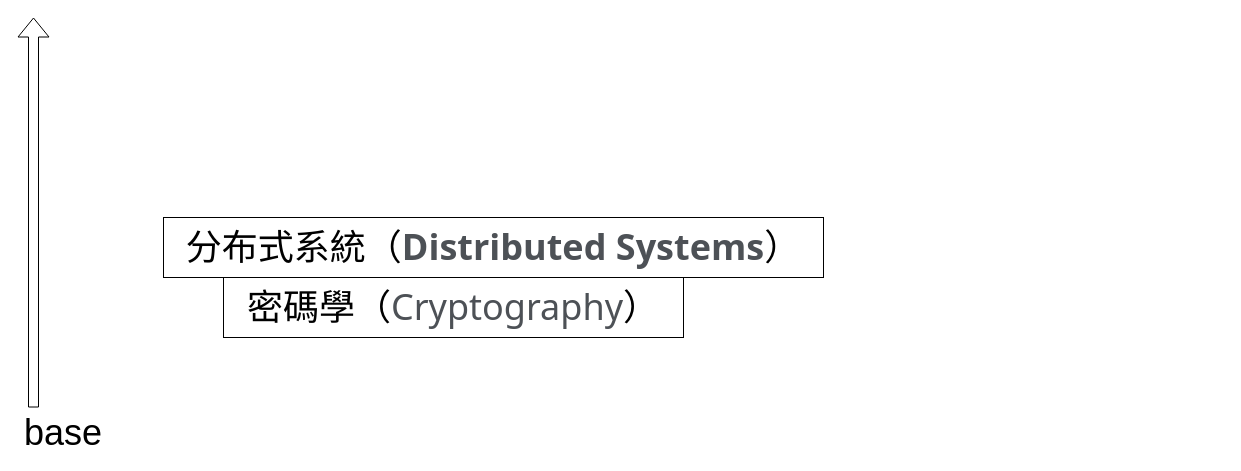
Before: 網絡安全知識圖譜.drawio in pengzhen80/PigeonRace, a draw.io diagram. Source tidied: cells renumbered, new cells numbered last; positions are measured from the earlier drawing's top-left corner, leaving out a move shared by most shapes. Both pictures are drawn from the tidied source at 100%, with x=0, y=0 at pixel (33, 17).
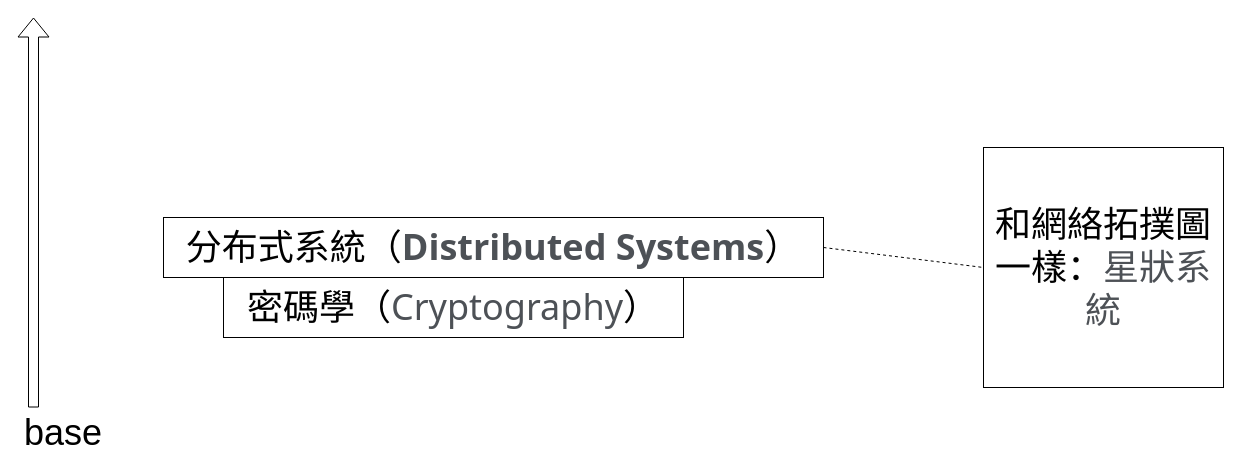
The same page after the edit.

Commit message (it also covers changes not shown here):
更新網絡安全知識圖譜.drawio

What changed in the source:
```diff
@@
 <mxGraphModel>
   <root>
     <mxCell id="0" />
     <mxCell id="1" parent="0" />
     <mxCell id="2" value="&lt;font style=&quot;&quot;&gt;&lt;span style=&quot;font-size: 36px;&quot;&gt;密碼學（&lt;/span&gt;&lt;span style=&quot;font-family: inter-regular, system-ui, apple-system, BlinkMacSystemFont, &amp;quot;Segoe UI&amp;quot;, Roboto, &amp;quot;Helvetica Neue&amp;quot;, Helvetica, Arial, sans-serif; color: rgb(77, 81, 86); background-color: transparent; text-align: start;&quot;&gt;&lt;font style=&quot;font-size: 36px;&quot;&gt;Cryptography&lt;/font&gt;&lt;/span&gt;&lt;span style=&quot;font-size: 36px; background-color: initial;&quot;&gt;）&lt;/span&gt;&lt;br&gt;&lt;/font&gt;" style="rounded=0;whiteSpace=wrap;html=1;" parent="1" vertex="1">
       <mxGeometry x="190" y="260" width="460" height="60" as="geometry" />
     </mxCell>
     <mxCell id="3" value="分布式系統（&lt;b style=&quot;font-family: inter-regular, system-ui, apple-system, BlinkMacSystemFont, &amp;quot;Segoe UI&amp;quot;, Roboto, &amp;quot;Helvetica Neue&amp;quot;, Helvetica, Arial, sans-serif; color: rgb(77, 81, 86); background-color: transparent; text-align: start;&quot;&gt;&lt;font style=&quot;font-size: 36px;&quot;&gt;Distributed Systems&lt;/font&gt;&lt;/b&gt;&lt;span style=&quot;background-color: initial;&quot;&gt;）&lt;/span&gt;" style="rounded=0;whiteSpace=wrap;html=1;fontSize=36;" parent="1" vertex="1">
       <mxGeometry x="130" y="200" width="660" height="60" as="geometry" />
     </mxCell>
     <mxCell id="4" style="shape=flexArrow;endArrow=classic;html=1;rounded=0;fontSize=36;" parent="1" edge="1">
       <mxGeometry relative="1" as="geometry">
         <mxPoint y="390" as="sourcePoint" />
         <mxPoint as="targetPoint" />
       </mxGeometry>
     </mxCell>
     <mxCell id="5" value="base" style="text;html=1;strokeColor=none;fillColor=none;align=center;verticalAlign=middle;whiteSpace=wrap;rounded=0;fontSize=36;" parent="1" vertex="1">
       <mxGeometry y="400" width="60" height="30" as="geometry" />
     </mxCell>
+    <mxCell id="6" value="和網絡拓撲圖一樣：&lt;span style=&quot;font-family: arial, sans-serif; color: rgb(77, 81, 86); background-color: transparent; text-align: start;&quot;&gt;&lt;font style=&quot;font-size: 36px;&quot;&gt;星狀系統&lt;/font&gt;&lt;/span&gt;" style="whiteSpace=wrap;html=1;fontSize=36;" parent="1" vertex="1">
+      <mxGeometry x="950" y="130" width="240" height="240" as="geometry" />
+    </mxCell>
+    <mxCell id="7" style="endArrow=none;dashed=1;html=1;rounded=0;fontSize=36;exitX=1;exitY=0.5;exitDx=0;exitDy=0;entryX=0;entryY=0.5;entryDx=0;entryDy=0;" parent="1" edge="1" source="3" target="6">
+      <mxGeometry relative="1" as="geometry" />
+    </mxCell>
   </root>
 </mxGraphModel>
```
